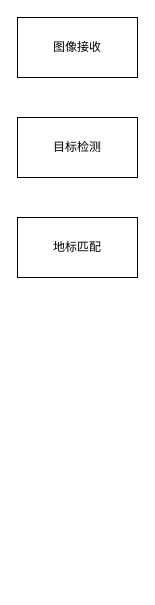
The draw.io diagram 第七章作业.drawio in archwolf118/AI, before the edit. Source tidied: cells renumbered, new cells numbered last; positions are measured from the earlier drawing's top-left corner, leaving out a move shared by most shapes. Both pictures are drawn from the tidied source at 100%, with x=0, y=0 at pixel (17, 17).
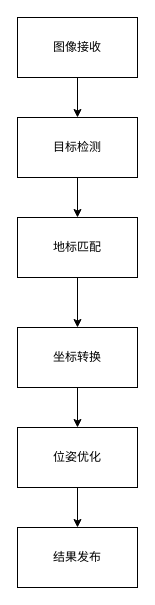
The same page after the edit.

Commit message (it also covers changes not shown here):
更新第七章作业.drawio

What changed in the source:
```diff
@@
 <mxGraphModel>
   <root>
     <mxCell id="0" />
     <mxCell id="1" parent="0" />
+    <mxCell id="5" style="edgeStyle=orthogonalEdgeStyle;rounded=0;jettySize=auto;html=1;exitX=0.5;exitY=1;exitDx=0;exitDy=0;entryX=0.5;entryY=0;entryDx=0;entryDy=0;" parent="1" edge="1" source="2" target="3">
+      <mxGeometry relative="1" as="geometry" />
+    </mxCell>
     <mxCell id="2" value="图像接收" style="rounded=0;whiteSpace=wrap;html=1;" parent="1" vertex="1">
       <mxGeometry width="120" height="60" as="geometry" />
     </mxCell>
+    <mxCell id="6" style="edgeStyle=orthogonalEdgeStyle;rounded=0;jettySize=auto;html=1;exitX=0.5;exitY=1;exitDx=0;exitDy=0;entryX=0.5;entryY=0;entryDx=0;entryDy=0;" parent="1" edge="1" source="3" target="4">
+      <mxGeometry relative="1" as="geometry" />
+    </mxCell>
     <mxCell id="3" value="目标检测" style="rounded=0;whiteSpace=wrap;html=1;" parent="1" vertex="1">
       <mxGeometry y="100" width="120" height="60" as="geometry" />
     </mxCell>
+    <mxCell id="7" style="edgeStyle=orthogonalEdgeStyle;rounded=0;jettySize=auto;html=1;exitX=0.5;exitY=1;exitDx=0;exitDy=0;entryX=0.5;entryY=0;entryDx=0;entryDy=0;" parent="1" edge="1" source="4" target="9">
+      <mxGeometry relative="1" as="geometry" />
+    </mxCell>
     <mxCell id="4" value="地标匹配" style="rounded=0;whiteSpace=wrap;html=1;" parent="1" vertex="1">
       <mxGeometry y="200" width="120" height="60" as="geometry" />
     </mxCell>
+    <mxCell id="8" style="edgeStyle=orthogonalEdgeStyle;rounded=0;jettySize=auto;html=1;exitX=0.5;exitY=1;exitDx=0;exitDy=0;entryX=0.5;entryY=0;entryDx=0;entryDy=0;" parent="1" edge="1" source="9" target="11">
+      <mxGeometry relative="1" as="geometry" />
+    </mxCell>
+    <mxCell id="9" value="坐标转换" style="rounded=0;whiteSpace=wrap;html=1;" parent="1" vertex="1">
+      <mxGeometry y="310" width="120" height="60" as="geometry" />
+    </mxCell>
+    <mxCell id="10" style="edgeStyle=orthogonalEdgeStyle;rounded=0;jettySize=auto;html=1;exitX=0.5;exitY=1;exitDx=0;exitDy=0;entryX=0.5;entryY=0;entryDx=0;entryDy=0;" parent="1" edge="1" source="11" target="12">
+      <mxGeometry relative="1" as="geometry" />
+    </mxCell>
+    <mxCell id="11" value="位姿优化" style="rounded=0;whiteSpace=wrap;html=1;" parent="1" vertex="1">
+      <mxGeometry y="410" width="120" height="60" as="geometry" />
+    </mxCell>
+    <mxCell id="12" value="结果发布" style="rounded=0;whiteSpace=wrap;html=1;" parent="1" vertex="1">
+      <mxGeometry y="510" width="120" height="60" as="geometry" />
+    </mxCell>
   </root>
 </mxGraphModel>
```
